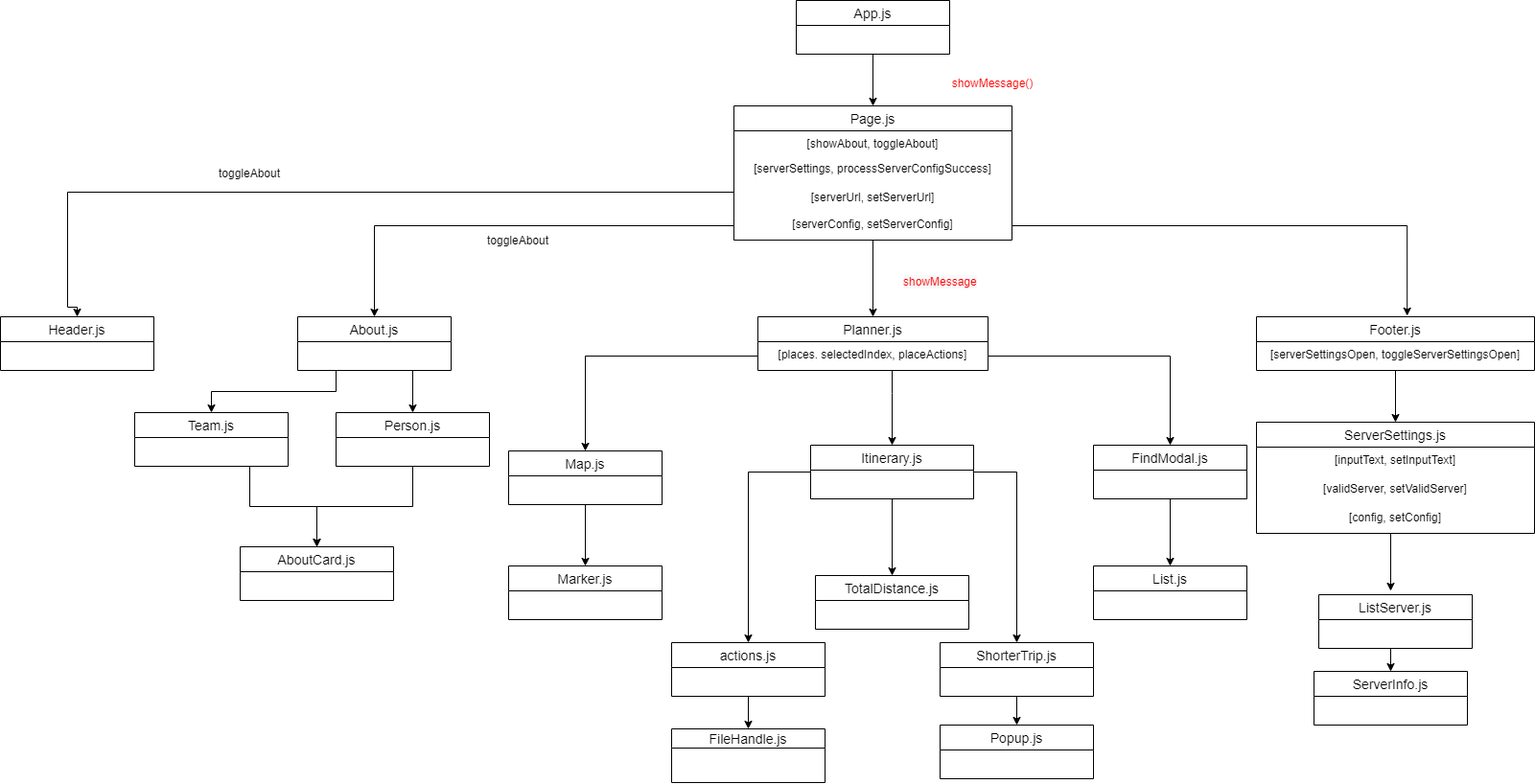
This is images/Sprint4Components.png from nickhinderer/interactive-web-map, a draw.io export, as it was before one commit. Source tidied: cells renumbered, new cells last; positions are measured from the earlier drawing's top-left corner, leaving out a move shared by most shapes.
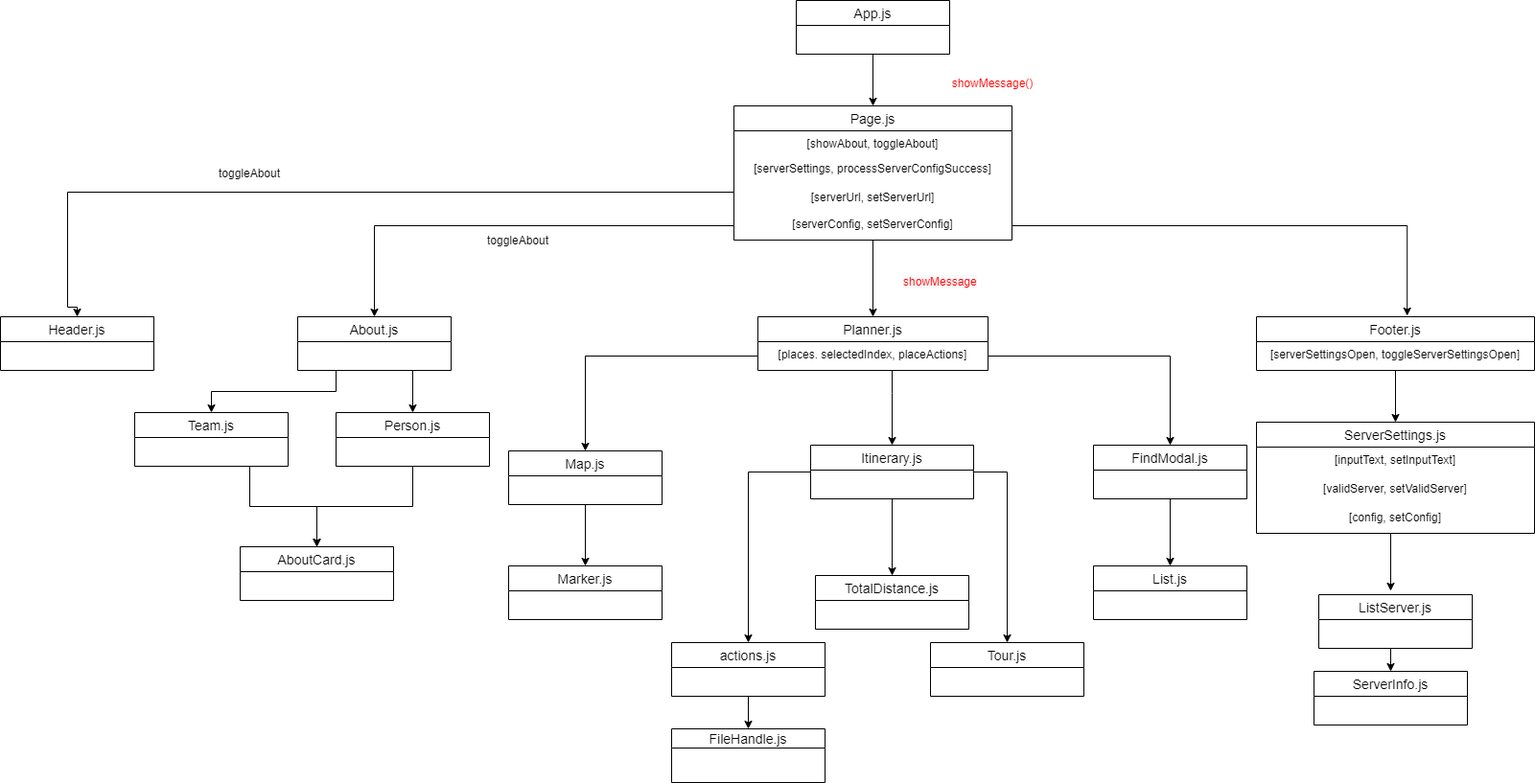
After the commit.

Commit message:
update client component

Diff of the diagram source:
```diff
@@ -169,15 +169,9 @@
     <mxCell id="52" value="TotalDistance.js" style="swimlane;fontStyle=0;horizontal=1;startSize=26;align=center;fontSize=14;" parent="1" vertex="1">
       <mxGeometry x="850" y="600" width="160" height="56" as="geometry" />
     </mxCell>
-    <mxCell id="53" style="edgeStyle=orthogonalEdgeStyle;rounded=0;jettySize=auto;html=1;exitX=0.5;exitY=1;exitDx=0;exitDy=0;entryX=0.5;entryY=0;entryDx=0;entryDy=0;" parent="1" edge="1" source="54" target="55">
-      <mxGeometry relative="1" as="geometry" />
-    </mxCell>
-    <mxCell id="54" value="ShorterTrip.js" style="swimlane;fontStyle=0;horizontal=1;startSize=26;align=center;fontSize=14;" parent="1" vertex="1">
-      <mxGeometry x="980" y="670" width="160" height="56" as="geometry" />
+    <mxCell id="54" value="Tour.js" style="swimlane;fontStyle=0;horizontal=1;startSize=26;align=center;fontSize=14;" parent="1" vertex="1">
+      <mxGeometry x="970" y="670" width="160" height="56" as="geometry" />
     </mxCell>
-    <mxCell id="55" value="Popup.js" style="swimlane;fontStyle=0;horizontal=1;startSize=26;align=center;fontSize=14;" parent="1" vertex="1">
-      <mxGeometry x="980" y="756" width="160" height="56" as="geometry" />
-    </mxCell>
     <mxCell id="56" style="edgeStyle=orthogonalEdgeStyle;rounded=0;jettySize=auto;html=1;exitX=0.5;exitY=1;exitDx=0;exitDy=0;entryX=0.5;entryY=0;entryDx=0;entryDy=0;" parent="1" edge="1" source="57" target="58">
       <mxGeometry relative="1" as="geometry" />
     </mxCell>
```
